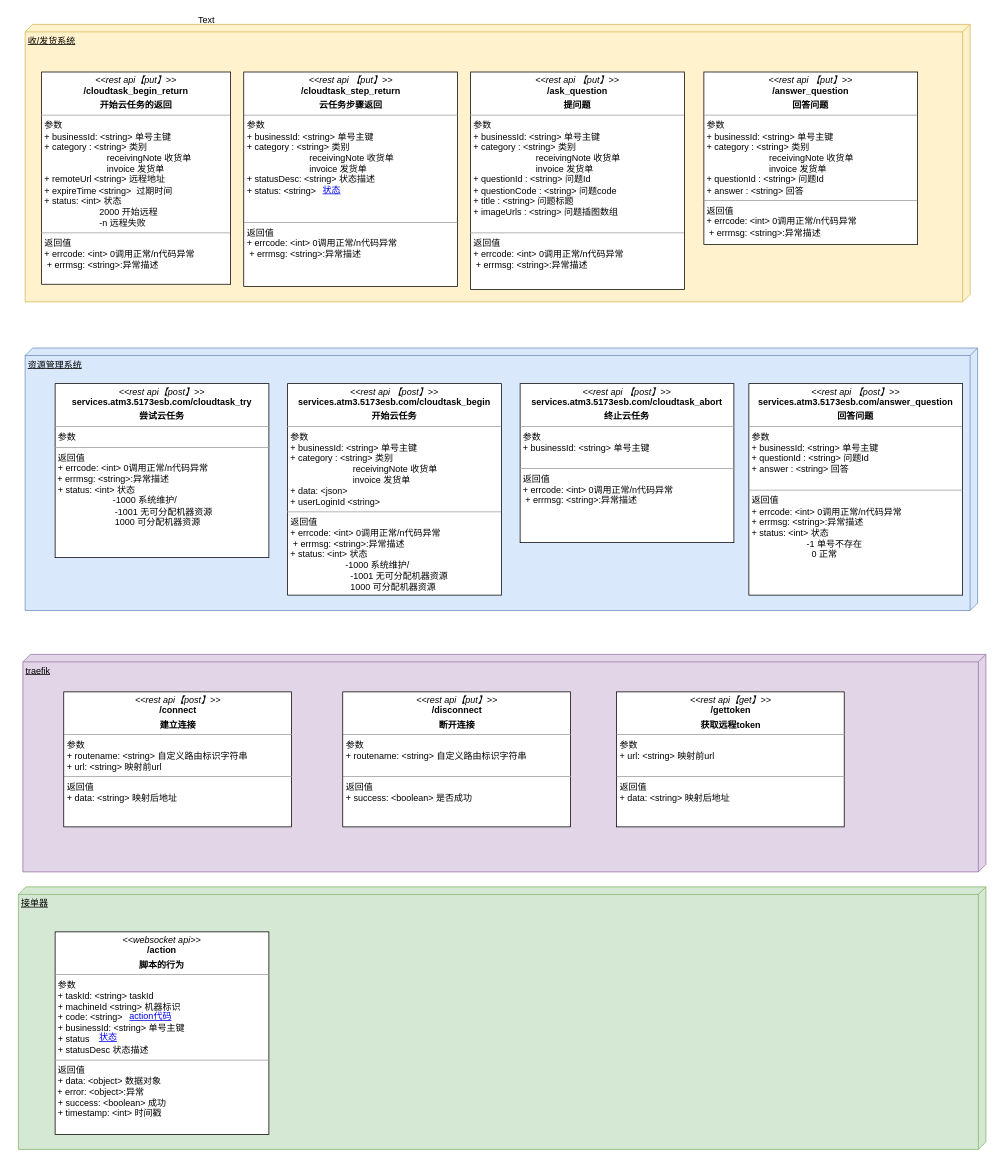
Above: 接口.drawio in yelisheng/atm-design (draw.io), before the change. Source tidied: cells renumbered, new cells numbered last; positions are measured from the earlier drawing's top-left corner, leaving out a move shared by most shapes. Both pictures are drawn from the tidied source at 75%, with x=0, y=0 at pixel (13, 13).
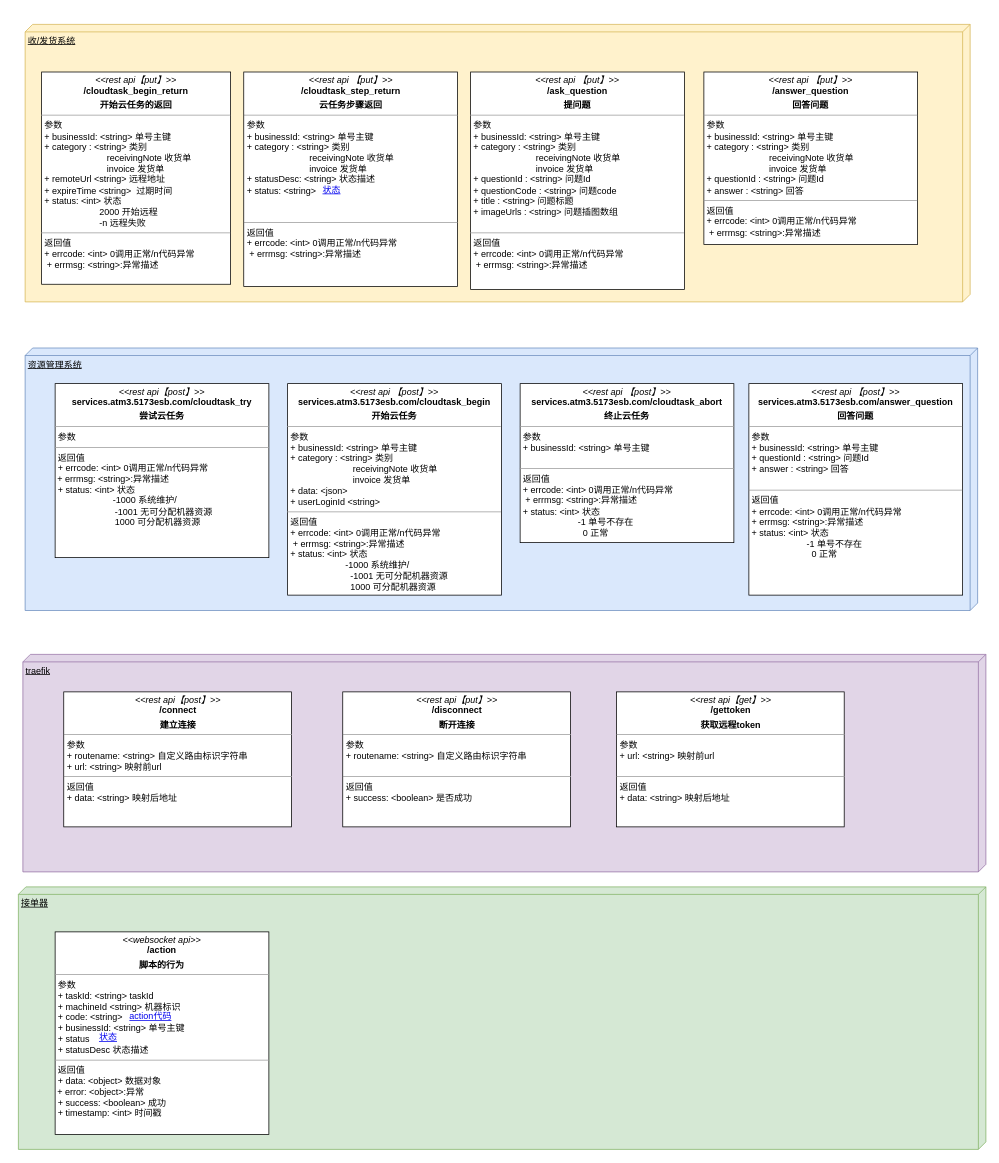
The same page after the edit.

The change refers to these unchanged cells:
```xml
<mxCell id="14" style="group;" parent="1" vertex="1">
  <mxGeometry x="16" y="416.5" width="1270" height="390" as="geometry" />
</mxCell>
```

The edit, as a diff of the source:
```diff
@@
-    <mxCell id="18" value="&lt;p style=&quot;margin: 0px ; margin-top: 4px ; text-align: center&quot;&gt;&lt;i&gt;&amp;lt;&amp;lt;rest api 【post】&amp;gt;&amp;gt;&lt;/i&gt;&lt;br&gt;&lt;b&gt;services.atm3.5173esb.com/cloudtask_abort&lt;/b&gt;&lt;/p&gt;&lt;p style=&quot;margin: 0px ; margin-top: 4px ; text-align: center&quot;&gt;&lt;b&gt;终止云任务&lt;/b&gt;&lt;/p&gt;&lt;hr size=&quot;1&quot;&gt;&lt;p style=&quot;margin: 0px ; margin-left: 4px&quot;&gt;参数&lt;/p&gt;&lt;p style=&quot;margin: 0px 0px 0px 4px&quot;&gt;+ businessId: &amp;lt;string&amp;gt; 单号主键&lt;/p&gt;&lt;p style=&quot;margin: 0px 0px 0px 4px&quot;&gt;&lt;br&gt;&lt;/p&gt;&lt;hr size=&quot;1&quot;&gt;&lt;p style=&quot;margin: 0px ; margin-left: 4px&quot;&gt;返回值&lt;/p&gt;&lt;p style=&quot;margin: 0px 0px 0px 4px&quot;&gt;+ errcode: &amp;lt;int&amp;gt; 0调用正常/n代码异常&amp;nbsp;&lt;/p&gt;&lt;p style=&quot;margin: 0px 0px 0px 4px&quot;&gt;&amp;nbsp;+&amp;nbsp;errmsg: &amp;lt;string&amp;gt;:异常描述&lt;/p&gt;" style="verticalAlign=top;align=left;overflow=fill;fontSize=12;fontFamily=Helvetica;html=1;" parent="14" vertex="1">
+    <mxCell id="18" value="&lt;p style=&quot;margin: 0px ; margin-top: 4px ; text-align: center&quot;&gt;&lt;i&gt;&amp;lt;&amp;lt;rest api 【post】&amp;gt;&amp;gt;&lt;/i&gt;&lt;br&gt;&lt;b&gt;services.atm3.5173esb.com/cloudtask_abort&lt;/b&gt;&lt;/p&gt;&lt;p style=&quot;margin: 0px ; margin-top: 4px ; text-align: center&quot;&gt;&lt;b&gt;终止云任务&lt;/b&gt;&lt;/p&gt;&lt;hr size=&quot;1&quot;&gt;&lt;p style=&quot;margin: 0px ; margin-left: 4px&quot;&gt;参数&lt;/p&gt;&lt;p style=&quot;margin: 0px 0px 0px 4px&quot;&gt;+ businessId: &amp;lt;string&amp;gt; 单号主键&lt;/p&gt;&lt;p style=&quot;margin: 0px 0px 0px 4px&quot;&gt;&lt;br&gt;&lt;/p&gt;&lt;hr size=&quot;1&quot;&gt;&lt;p style=&quot;margin: 0px ; margin-left: 4px&quot;&gt;返回值&lt;/p&gt;&lt;p style=&quot;margin: 0px 0px 0px 4px&quot;&gt;+ errcode: &amp;lt;int&amp;gt; 0调用正常/n代码异常&amp;nbsp;&lt;/p&gt;&lt;p style=&quot;margin: 0px 0px 0px 4px&quot;&gt;&amp;nbsp;+&amp;nbsp;errmsg: &amp;lt;string&amp;gt;:异常描述&lt;/p&gt;&lt;p style=&quot;margin: 0px 0px 0px 4px&quot;&gt;+ status: &amp;lt;int&amp;gt; 状态&amp;nbsp;&lt;/p&gt;&lt;p style=&quot;margin: 0px 0px 0px 4px&quot;&gt;&amp;nbsp; &amp;nbsp; &amp;nbsp; &amp;nbsp; &amp;nbsp; &amp;nbsp; &amp;nbsp; &amp;nbsp; &amp;nbsp; &amp;nbsp; &amp;nbsp; -1 单号不存在&lt;/p&gt;&lt;p style=&quot;margin: 0px 0px 0px 4px&quot;&gt;&amp;nbsp; &amp;nbsp; &amp;nbsp; &amp;nbsp; &amp;nbsp; &amp;nbsp; &amp;nbsp; &amp;nbsp; &amp;nbsp; &amp;nbsp; &amp;nbsp; &amp;nbsp; 0 正常&lt;/p&gt;" style="verticalAlign=top;align=left;overflow=fill;fontSize=12;fontFamily=Helvetica;html=1;" parent="14" vertex="1">
       <mxGeometry x="660" y="77.5" width="285" height="212" as="geometry" />
     </mxCell>
@@
-    <mxCell id="28" value="Text" style="text;html=1;align=left;verticalAlign=top;spacingTop=-4;" parent="1" vertex="1">
-      <mxGeometry x="245" width="40" height="20" as="geometry" />
-    </mxCell>
```
